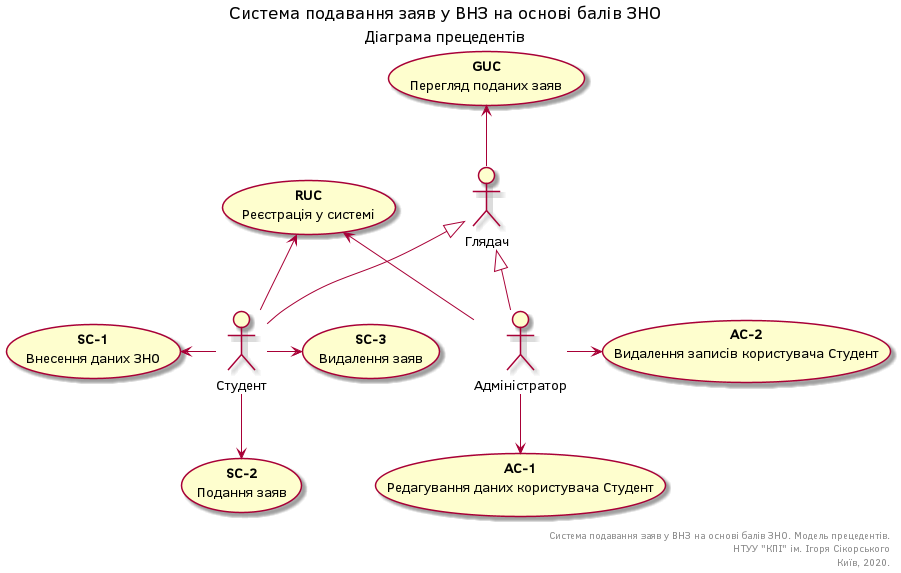
Earlier version of the PlantUML export docs/diagrams/relations/usecase.png (KPI-IP94-Database/TeamThreeProject).
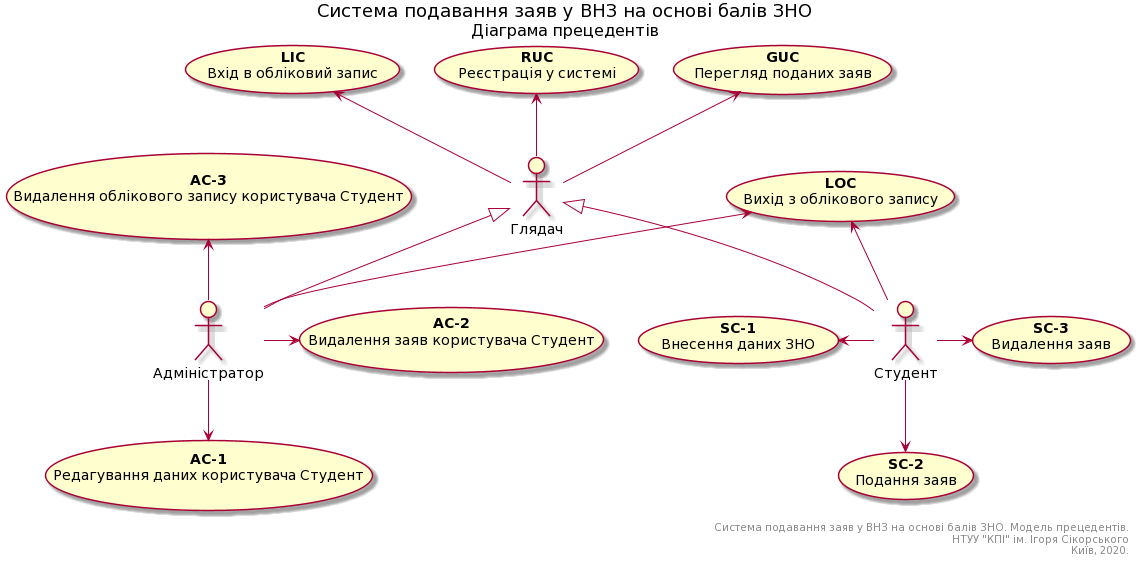
Later version of the same file.

Diff of the diagram source:
```diff
@@ -1,5 +1,4 @@
 @startuml
-
 title
 <font size=18 color=black>Система подавання заяв у ВНЗ на основі балів ЗНО
 <font size=16 color=black>Діаграма прецедентів
@@ -15,20 +14,27 @@
 
 usecase "<b>RUC</b>\nРеєстрація у системі" as RUC
 
+usecase "<b>LIC</b>\nВхід в обліковий запис" as LIC
+
+usecase "<b>LOC</b>\nВихід з облікового запису" as LOC
+
 usecase "<b>SC-1</b>\nВнесення даних ЗНО" as SC1
 usecase "<b>SC-2</b>\nПодання заяв" as SC2
 usecase "<b>SC-3</b>\nВидалення заяв" as SC3
 
 usecase "<b>AC-1</b>\nРедагування даних користувача Студент" as AC1
-usecase "<b>AC-2</b>\nВидалення записів користувача Студент" as AC2
+usecase "<b>AC-2</b>\nВидалення заяв користувача Студент" as AC2
+usecase "<b>AC-3</b>\nВидалення облікового запису користувача Студент" as AC3
 
 Student -u-|> Viewer
 Admin -u-|> Viewer
 
 Viewer -u-> GUC
+Viewer -u-> RUC
+Viewer -u-> LIC
 
-Student -u-> RUC
-Admin -u-> RUC
+Student -u-> LOC
+Admin -u-> LOC
 
 Student -l-> SC1
 Student -d-> SC2
@@ -36,11 +42,11 @@
 
 Admin -d-> AC1
 Admin -r-> AC2
+Admin -u-> AC3
 
 right footer
 Система подавання заяв у ВНЗ на основі балів ЗНО. Модель прецедентів.
 НТУУ "КПІ" ім. Ігоря Сікорського
 Київ, 2020.
 end footer
-
 @enduml
```
